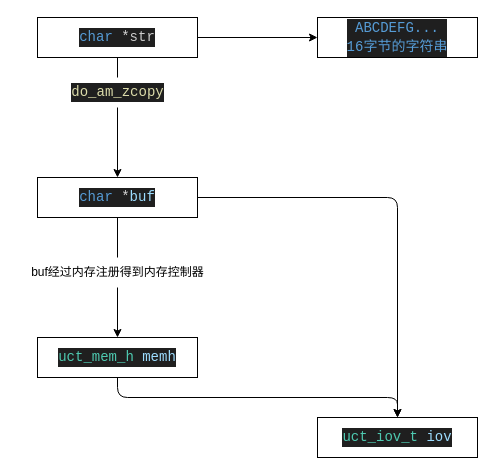
Earlier version of the draw.io diagram page "zcopy" (2 of 2) of category/ucx.drawio (ssbandjl/ucx). Source tidied: cells renumbered, new cells numbered last; positions are measured from the earlier drawing's top-left corner, leaving out a move shared by most shapes. Both pictures are drawn from the tidied source at 100%, with x=0, y=0 at pixel (17, 17).
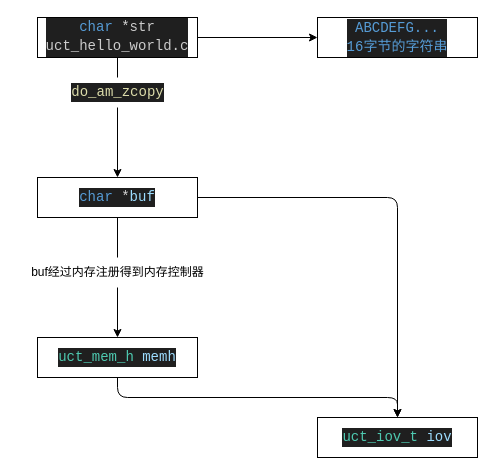
After the change.

What changed in the source:
```diff
@@
 <mxGraphModel>
   <root>
     <mxCell id="0" />
     <mxCell id="1" parent="0" />
     <mxCell id="2" style="edgeStyle=none;html=1;startArrow=none;" parent="1" edge="1" source="9" target="7">
       <mxGeometry relative="1" as="geometry" />
     </mxCell>
     <mxCell id="3" style="edgeStyle=none;html=1;exitX=1;exitY=0.5;exitDx=0;exitDy=0;" parent="1" edge="1" source="4" target="10">
       <mxGeometry relative="1" as="geometry" />
     </mxCell>
-    <mxCell id="4" value="&lt;div style=&quot;color: rgb(204, 204, 204); background-color: rgb(31, 31, 31); font-family: Consolas, &amp;quot;Courier New&amp;quot;, monospace; font-size: 14px; line-height: 19px;&quot;&gt;&lt;span style=&quot;color: #569cd6;&quot;&gt;char&lt;/span&gt; &lt;span style=&quot;color: #d4d4d4;&quot;&gt;*&lt;/span&gt;str&lt;/div&gt;" style="whiteSpace=wrap;html=1;" parent="1" vertex="1">
+    <mxCell id="4" value="&lt;div style=&quot;color: rgb(204, 204, 204); background-color: rgb(31, 31, 31); font-family: Consolas, &amp;quot;Courier New&amp;quot;, monospace; font-size: 14px; line-height: 19px;&quot;&gt;&lt;span style=&quot;color: #569cd6;&quot;&gt;char&lt;/span&gt; &lt;span style=&quot;color: #d4d4d4;&quot;&gt;*&lt;/span&gt;str&lt;/div&gt;&lt;div style=&quot;background-color: rgb(31, 31, 31); line-height: 19px;&quot;&gt;&lt;font face=&quot;Consolas, Courier New, monospace&quot; color=&quot;#cccccc&quot;&gt;&lt;span style=&quot;font-size: 14px;&quot;&gt;uct_hello_world.c&lt;/span&gt;&lt;/font&gt;&lt;br&gt;&lt;/div&gt;" style="whiteSpace=wrap;html=1;" parent="1" vertex="1">
       <mxGeometry x="20" width="160" height="40" as="geometry" />
     </mxCell>
     <mxCell id="5" style="edgeStyle=none;html=1;exitX=0.5;exitY=1;exitDx=0;exitDy=0;startArrow=none;" parent="1" edge="1" source="14" target="12">
       <mxGeometry relative="1" as="geometry" />
     </mxCell>
     <mxCell id="6" style="edgeStyle=orthogonalEdgeStyle;html=1;exitX=1;exitY=0.5;exitDx=0;exitDy=0;" parent="1" edge="1" source="7" target="15">
       <mxGeometry relative="1" as="geometry" />
     </mxCell>
     <mxCell id="7" value="&lt;div style=&quot;color: rgb(204, 204, 204); background-color: rgb(31, 31, 31); font-family: Consolas, &amp;quot;Courier New&amp;quot;, monospace; font-size: 14px; line-height: 19px;&quot;&gt;&lt;div style=&quot;line-height: 19px;&quot;&gt;&lt;span style=&quot;color: #569cd6;&quot;&gt;char&lt;/span&gt; &lt;span style=&quot;color: #d4d4d4;&quot;&gt;*&lt;/span&gt;&lt;span style=&quot;color: #9cdcfe;&quot;&gt;buf&lt;/span&gt;&lt;/div&gt;&lt;/div&gt;" style="whiteSpace=wrap;html=1;" parent="1" vertex="1">
       <mxGeometry x="20" y="160" width="160" height="40" as="geometry" />
     </mxCell>
     <mxCell id="8" style="edgeStyle=none;html=1;endArrow=none;" parent="1" edge="1" source="4" target="9">
       <mxGeometry relative="1" as="geometry" />
     </mxCell>
     <mxCell id="9" value="&lt;div style=&quot;color: rgb(204, 204, 204); background-color: rgb(31, 31, 31); font-family: Consolas, &amp;quot;Courier New&amp;quot;, monospace; font-size: 14px; line-height: 19px;&quot;&gt;&lt;span style=&quot;color: #dcdcaa;&quot;&gt;do_am_zcopy&lt;/span&gt;&lt;/div&gt;" style="text;html=1;align=center;verticalAlign=middle;points=[];strokeColor=none;fillColor=none;" parent="1" vertex="1">
       <mxGeometry x="45" y="60" width="110" height="30" as="geometry" />
     </mxCell>
     <mxCell id="10" value="&lt;div style=&quot;background-color: rgb(31, 31, 31); font-family: Consolas, &amp;quot;Courier New&amp;quot;, monospace; font-size: 14px; line-height: 19px;&quot;&gt;&lt;font color=&quot;#569cd6&quot;&gt;ABCDEFG...&lt;/font&gt;&lt;/div&gt;&lt;div style=&quot;background-color: rgb(31, 31, 31); font-family: Consolas, &amp;quot;Courier New&amp;quot;, monospace; font-size: 14px; line-height: 19px;&quot;&gt;&lt;font color=&quot;#569cd6&quot;&gt;16字节的字符串&lt;/font&gt;&lt;/div&gt;" style="whiteSpace=wrap;html=1;" parent="1" vertex="1">
       <mxGeometry x="300" width="160" height="40" as="geometry" />
     </mxCell>
     <mxCell id="11" style="edgeStyle=orthogonalEdgeStyle;html=1;exitX=0.5;exitY=1;exitDx=0;exitDy=0;" parent="1" edge="1" source="12" target="15">
       <mxGeometry relative="1" as="geometry" />
     </mxCell>
     <mxCell id="12" value="&lt;div style=&quot;color: rgb(204, 204, 204); background-color: rgb(31, 31, 31); font-family: Consolas, &amp;quot;Courier New&amp;quot;, monospace; font-size: 14px; line-height: 19px;&quot;&gt;&lt;div style=&quot;line-height: 19px;&quot;&gt;&lt;div style=&quot;line-height: 19px;&quot;&gt;&lt;span style=&quot;color: #4ec9b0;&quot;&gt;uct_mem_h&lt;/span&gt; &lt;span style=&quot;color: #9cdcfe;&quot;&gt;memh&lt;/span&gt;&lt;/div&gt;&lt;/div&gt;&lt;/div&gt;" style="whiteSpace=wrap;html=1;" parent="1" vertex="1">
       <mxGeometry x="20" y="320" width="160" height="40" as="geometry" />
     </mxCell>
     <mxCell id="13" style="edgeStyle=none;html=1;exitX=0.5;exitY=1;exitDx=0;exitDy=0;endArrow=none;" parent="1" edge="1" source="7" target="14">
       <mxGeometry relative="1" as="geometry" />
     </mxCell>
     <mxCell id="14" value="buf经过内存注册得到内存控制器" style="text;html=1;align=center;verticalAlign=middle;points=[];strokeColor=none;fillColor=none;" parent="1" vertex="1">
       <mxGeometry y="240" width="200" height="30" as="geometry" />
     </mxCell>
     <mxCell id="15" value="&lt;div style=&quot;color: rgb(204, 204, 204); background-color: rgb(31, 31, 31); font-family: Consolas, &amp;quot;Courier New&amp;quot;, monospace; font-size: 14px; line-height: 19px;&quot;&gt;&lt;div style=&quot;line-height: 19px;&quot;&gt;&lt;div style=&quot;line-height: 19px;&quot;&gt;&lt;div style=&quot;line-height: 19px;&quot;&gt;&lt;span style=&quot;color: #4ec9b0;&quot;&gt;uct_iov_t&lt;/span&gt; &lt;span style=&quot;color: #9cdcfe;&quot;&gt;iov&lt;/span&gt;&lt;/div&gt;&lt;/div&gt;&lt;/div&gt;&lt;/div&gt;" style="whiteSpace=wrap;html=1;" parent="1" vertex="1">
       <mxGeometry x="300" y="400" width="160" height="40" as="geometry" />
     </mxCell>
   </root>
 </mxGraphModel>
```
